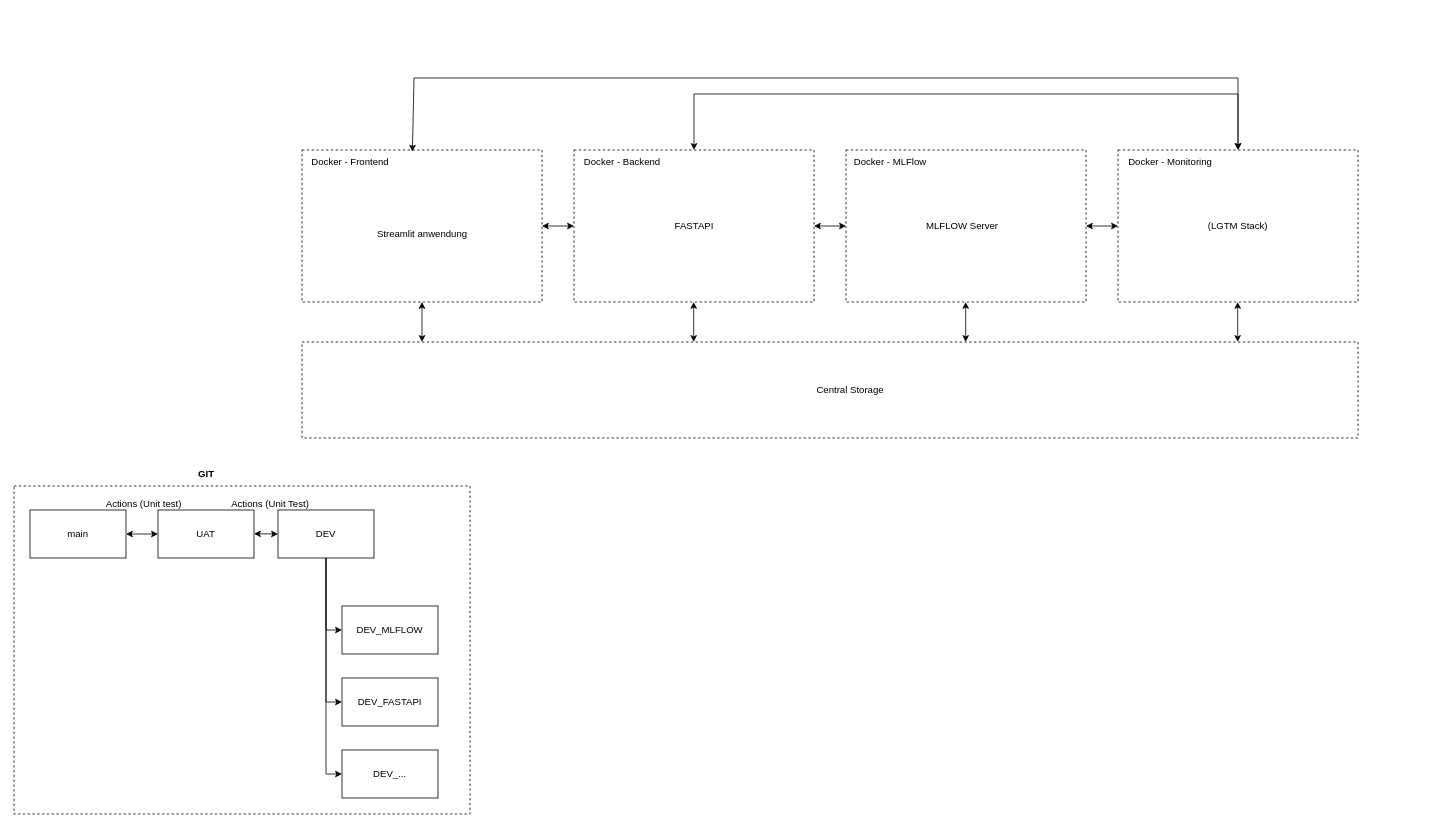
The draw.io diagram Solution_Architecture.drawio in OEDevelopement/MLOPs, before the edit. Source tidied: cells renumbered, new cells numbered last; positions are measured from the earlier drawing's top-left corner, leaving out a move shared by most shapes. Both pictures are drawn from the tidied source at 80%, with x=0, y=0 at pixel (14, 78).
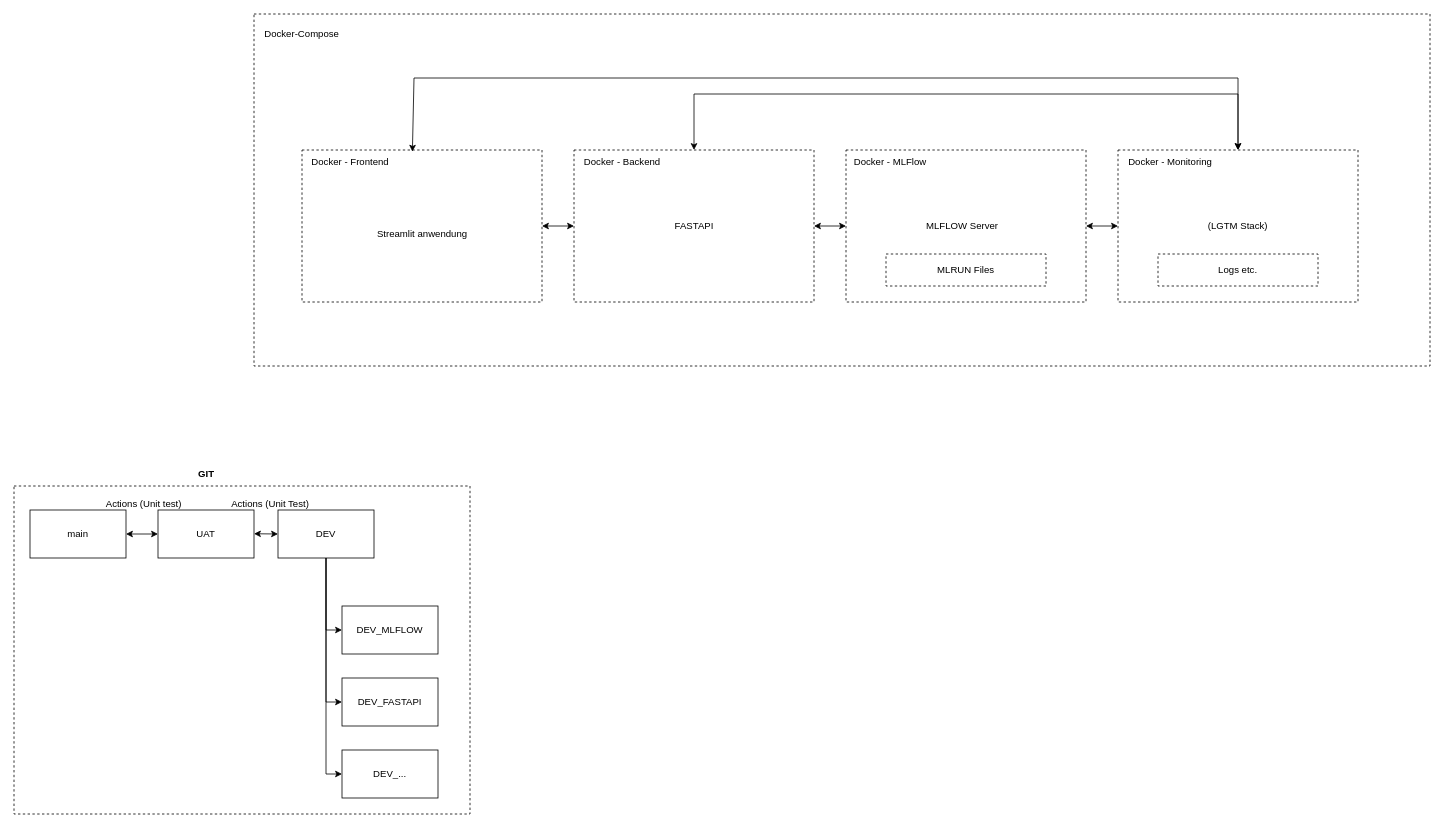
After the change.

Unchanged cells that the change refers to:
```xml
<mxCell id="3" style="rounded=0;whiteSpace=wrap;html=1;fillColor=none;dashed=1;" parent="1" vertex="1">
  <mxGeometry x="360" y="90" width="300" height="190" as="geometry" />
</mxCell>
```

Diff of the diagram source:
```diff
@@
-    <mxCell id="19" style="rounded=0;whiteSpace=wrap;html=1;fillColor=none;dashed=1;" parent="1" vertex="1">
-      <mxGeometry x="360" y="330" width="1320" height="120" as="geometry" />
-    </mxCell>
-    <mxCell id="20" value="Central Storage" style="text;html=1;align=center;verticalAlign=middle;strokeColor=none;fillColor=none;" parent="1" vertex="1">
-      <mxGeometry x="990" y="375" width="110" height="30" as="geometry" />
-    </mxCell>
-    <mxCell id="21" style="endArrow=classic;startArrow=classic;html=1;rounded=0;entryX=0.5;entryY=1;entryDx=0;entryDy=0;" parent="1" edge="1" target="3">
-      <mxGeometry relative="1" as="geometry">
-        <mxPoint x="510" y="330" as="sourcePoint" />
-      </mxGeometry>
-    </mxCell>
-    <mxCell id="22" style="endArrow=classic;startArrow=classic;html=1;rounded=0;entryX=0.5;entryY=1;entryDx=0;entryDy=0;" parent="1" edge="1">
-      <mxGeometry relative="1" as="geometry">
-        <mxPoint x="849.6" y="330" as="sourcePoint" />
-        <mxPoint x="849.6" y="280" as="targetPoint" />
-      </mxGeometry>
-    </mxCell>
-    <mxCell id="23" style="endArrow=classic;startArrow=classic;html=1;rounded=0;entryX=0.5;entryY=1;entryDx=0;entryDy=0;" parent="1" edge="1">
-      <mxGeometry relative="1" as="geometry">
-        <mxPoint x="1189.6" y="330" as="sourcePoint" />
-        <mxPoint x="1189.6" y="280" as="targetPoint" />
-      </mxGeometry>
-    </mxCell>
-    <mxCell id="24" style="endArrow=classic;startArrow=classic;html=1;rounded=0;entryX=0.5;entryY=1;entryDx=0;entryDy=0;" parent="1" edge="1">
-      <mxGeometry relative="1" as="geometry">
-        <mxPoint x="1529.6" y="330" as="sourcePoint" />
-        <mxPoint x="1529.6" y="280" as="targetPoint" />
-      </mxGeometry>
-    </mxCell>
@@
+    <mxCell id="39" value="MLRUN Files" style="rounded=0;whiteSpace=wrap;html=1;fillColor=none;dashed=1;" parent="1" vertex="1">
+      <mxGeometry x="1090" y="220" width="200" height="40" as="geometry" />
+    </mxCell>
+    <mxCell id="40" value="Logs etc." style="rounded=0;whiteSpace=wrap;html=1;fillColor=none;dashed=1;" parent="1" vertex="1">
+      <mxGeometry x="1430" y="220" width="200" height="40" as="geometry" />
+    </mxCell>
+    <mxCell id="41" style="rounded=0;whiteSpace=wrap;html=1;fillColor=none;dashed=1;" parent="1" vertex="1">
+      <mxGeometry x="300" y="-80" width="1470" height="440" as="geometry" />
+    </mxCell>
+    <mxCell id="42" value="Docker-Compose" style="text;html=1;strokeColor=none;fillColor=none;align=center;verticalAlign=middle;whiteSpace=wrap;rounded=0;" parent="1" vertex="1">
+      <mxGeometry x="290" y="-70" width="140" height="30" as="geometry" />
+    </mxCell>
```
